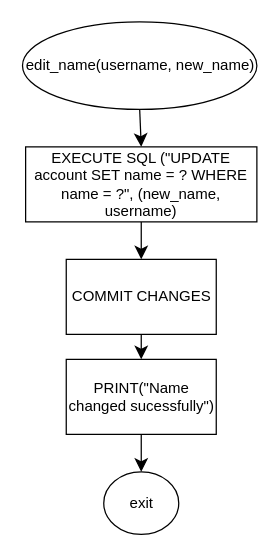
xprotonium/mrt-portal keeps this draw.io diagram as flowcharts/nahin/function 2 (edit name).drawio. Above is the earlier version. Source tidied: cells renumbered, new cells numbered last; positions are measured from the earlier drawing's top-left corner, leaving out a move shared by most shapes. Both pictures are drawn from the tidied source at 125%, with x=0, y=0 at pixel (22, 21).
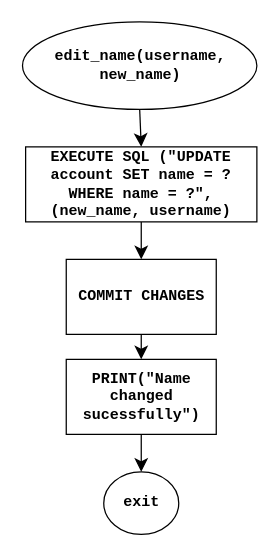
Above is the later version.

Diff of the diagram source:
```diff
@@
 <mxGraphModel>
   <root>
     <mxCell id="0" />
     <mxCell id="1" parent="0" />
-    <mxCell id="2" style="edgeStyle=none;curved=1;rounded=0;jettySize=auto;html=1;exitX=0.5;exitY=1;exitDx=0;exitDy=0;entryX=0.5;entryY=0;entryDx=0;entryDy=0;fontSize=12;startSize=8;endSize=8;" parent="1" edge="1" source="3" target="5">
+    <mxCell id="2" style="edgeStyle=none;curved=1;rounded=0;jettySize=auto;html=1;exitX=0.5;exitY=1;exitDx=0;exitDy=0;entryX=0.5;entryY=0;entryDx=0;entryDy=0;fontSize=12;startSize=8;endSize=8;fontStyle=1;fontFamily=Courier New;" parent="1" edge="1" source="3" target="5">
       <mxGeometry relative="1" as="geometry" />
     </mxCell>
-    <mxCell id="3" value="edit_name(username, new_name)" style="ellipse;whiteSpace=wrap;html=1;" parent="1" vertex="1">
+    <mxCell id="3" value="edit_name(username, new_name)" style="ellipse;whiteSpace=wrap;html=1;fontStyle=1;fontFamily=Courier New;" parent="1" vertex="1">
       <mxGeometry x="-0.5" width="187.5" height="70" as="geometry" />
     </mxCell>
-    <mxCell id="4" style="edgeStyle=none;curved=1;rounded=0;jettySize=auto;html=1;exitX=0.5;exitY=1;exitDx=0;exitDy=0;entryX=0.5;entryY=0;entryDx=0;entryDy=0;fontSize=12;startSize=8;endSize=8;" parent="1" edge="1" source="5" target="7">
+    <mxCell id="4" style="edgeStyle=none;curved=1;rounded=0;jettySize=auto;html=1;exitX=0.5;exitY=1;exitDx=0;exitDy=0;entryX=0.5;entryY=0;entryDx=0;entryDy=0;fontSize=12;startSize=8;endSize=8;fontStyle=1;fontFamily=Courier New;" parent="1" edge="1" source="5" target="7">
       <mxGeometry relative="1" as="geometry" />
     </mxCell>
-    <mxCell id="5" value="EXECUTE SQL (&quot;UPDATE account SET name = ? WHERE name = ?&quot;, (new_name, username)" style="rounded=0;whiteSpace=wrap;html=1;" parent="1" vertex="1">
+    <mxCell id="5" value="EXECUTE SQL (&quot;UPDATE account SET name = ? WHERE name = ?&quot;, (new_name, username)" style="rounded=0;whiteSpace=wrap;html=1;fontStyle=1;fontFamily=Courier New;" parent="1" vertex="1">
       <mxGeometry x="2" y="100" width="185" height="60" as="geometry" />
     </mxCell>
-    <mxCell id="6" style="edgeStyle=none;curved=1;rounded=0;jettySize=auto;html=1;exitX=0.5;exitY=1;exitDx=0;exitDy=0;fontSize=12;startSize=8;endSize=8;" parent="1" edge="1" source="7" target="9">
+    <mxCell id="6" style="edgeStyle=none;curved=1;rounded=0;jettySize=auto;html=1;exitX=0.5;exitY=1;exitDx=0;exitDy=0;fontSize=12;startSize=8;endSize=8;fontStyle=1;fontFamily=Courier New;" parent="1" edge="1" source="7" target="9">
       <mxGeometry relative="1" as="geometry" />
     </mxCell>
-    <mxCell id="7" value="COMMIT CHANGES" style="rounded=0;whiteSpace=wrap;html=1;" parent="1" vertex="1">
+    <mxCell id="7" value="COMMIT CHANGES" style="rounded=0;whiteSpace=wrap;html=1;fontStyle=1;fontFamily=Courier New;" parent="1" vertex="1">
       <mxGeometry x="34.5" y="190" width="120" height="60" as="geometry" />
     </mxCell>
-    <mxCell id="8" style="edgeStyle=none;curved=1;rounded=0;jettySize=auto;html=1;exitX=0.5;exitY=1;exitDx=0;exitDy=0;entryX=0.5;entryY=0;entryDx=0;entryDy=0;fontSize=12;startSize=8;endSize=8;" parent="1" edge="1" source="9" target="10">
+    <mxCell id="8" style="edgeStyle=none;curved=1;rounded=0;jettySize=auto;html=1;exitX=0.5;exitY=1;exitDx=0;exitDy=0;entryX=0.5;entryY=0;entryDx=0;entryDy=0;fontSize=12;startSize=8;endSize=8;fontStyle=1;fontFamily=Courier New;" parent="1" edge="1" source="9" target="10">
       <mxGeometry relative="1" as="geometry" />
     </mxCell>
-    <mxCell id="9" value="PRINT(&quot;Name changed sucessfully&quot;)" style="rounded=0;whiteSpace=wrap;html=1;" parent="1" vertex="1">
+    <mxCell id="9" value="PRINT(&quot;Name changed sucessfully&quot;)" style="rounded=0;whiteSpace=wrap;html=1;fontStyle=1;fontFamily=Courier New;" parent="1" vertex="1">
       <mxGeometry x="34.5" y="270" width="120" height="60" as="geometry" />
     </mxCell>
-    <mxCell id="10" value="exit" style="ellipse;whiteSpace=wrap;html=1;" parent="1" vertex="1">
+    <mxCell id="10" value="exit" style="ellipse;whiteSpace=wrap;html=1;fontStyle=1;fontFamily=Courier New;" parent="1" vertex="1">
       <mxGeometry x="64.5" y="360" width="60" height="50" as="geometry" />
     </mxCell>
   </root>
 </mxGraphModel>
```
